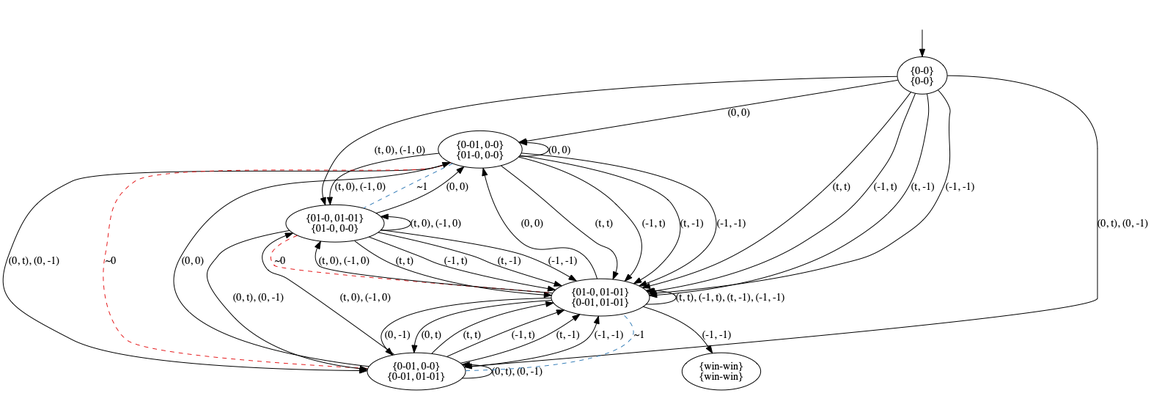
Above: pictures/GK2.png in olandr/mkbsc (Graphviz), before the change. Its source is kept beside it as pictures/GK2.dot.
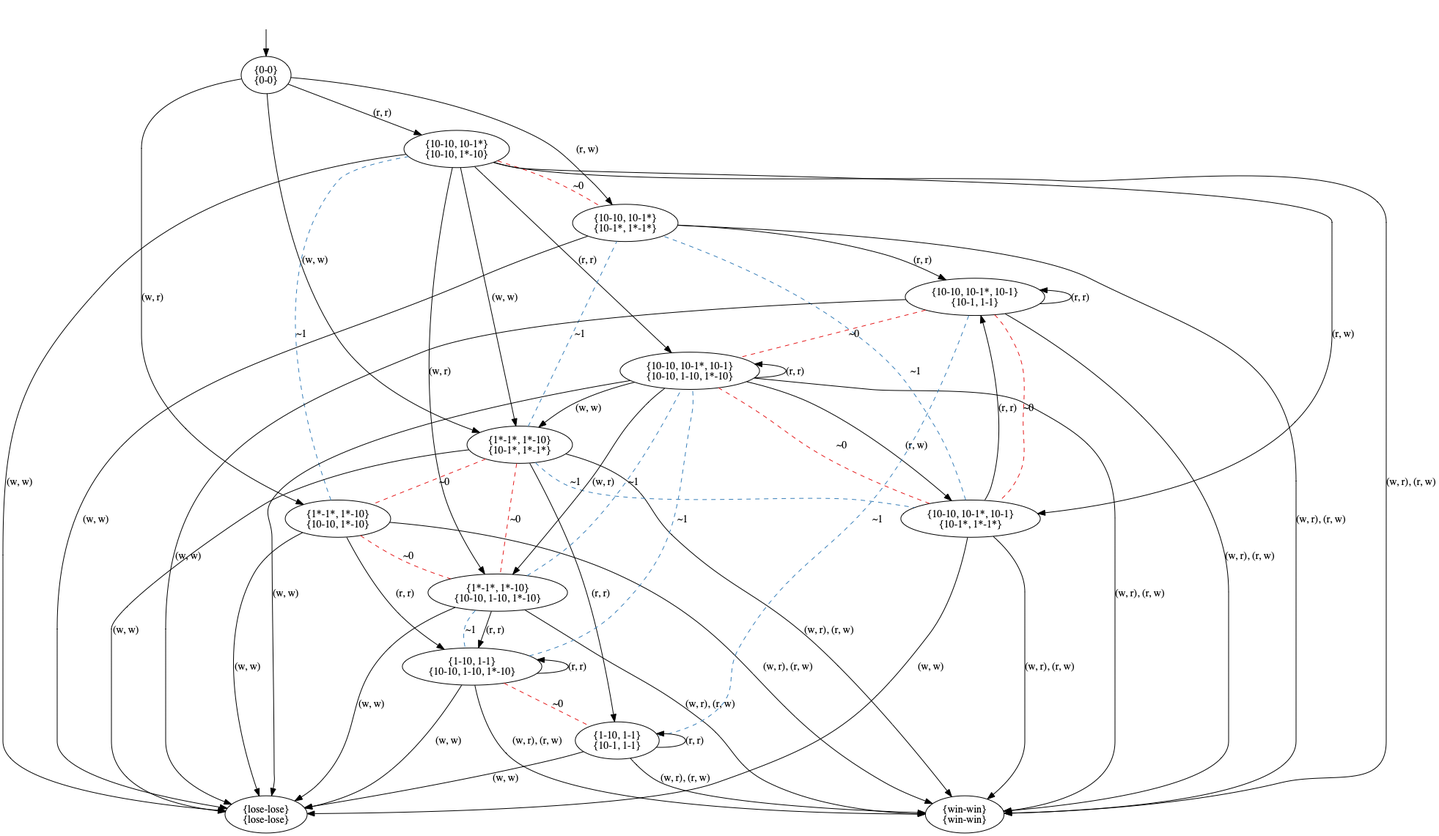
The same diagram one commit later.

The edit, as a diff of the source:
```diff
@@ -3,50 +3,75 @@
 nodesep=0.5;
 ranksep=0.5;
 splines=True;
-4586271632 [label="{0-0}\n{0-0}"];
-4586271240 [label="{0-01, 0-0}\n{01-0, 0-0}"];
-4586272472 [label="{01-0, 01-01}\n{01-0, 0-0}"];
-4586271520 [label="{0-01, 0-0}\n{0-01, 01-01}"];
-4586271856 [label="{01-0, 01-01}\n{0-01, 01-01}"];
-4587183016 [label="{win-win}\n{win-win}"];
+4534619104 [label="{0-0}\n{0-0}"];
+4534619328 [label="{10-10, 10-1*}\n{10-10, 1*-10}"];
+4534619664 [label="{1*-1*, 1*-10}\n{10-10, 1*-10}"];
+4534620000 [label="{10-10, 10-1*}\n{10-1*, 1*-1*}"];
+4534627072 [label="{1*-1*, 1*-10}\n{10-1*, 1*-1*}"];
+4534626288 [label="{10-10, 10-1*, 10-1}\n{10-10, 1-10, 1*-10}"];
+4534624608 [label="{win-win}\n{win-win}"];
+4534625672 [label="{1*-1*, 1*-10}\n{10-10, 1-10, 1*-10}"];
+4534626008 [label="{10-10, 10-1*, 10-1}\n{10-1*, 1*-1*}"];
+4534624720 [label="{lose-lose}\n{lose-lose}"];
+4534624944 [label="{1-10, 1-1}\n{10-10, 1-10, 1*-10}"];
+4534625448 [label="{10-10, 10-1*, 10-1}\n{10-1, 1-1}"];
+4534626736 [label="{1-10, 1-1}\n{10-1, 1-1}"];
 hidden [label="", shape=none];
-4586271632 -> 4586271240  [action="('0', '0')", key="('0', '0')", label="(0, 0)"];
-4586271632 -> 4586271856  [action="('t', 't')", key="('t', 't')", label="(t, t)"];
-4586271632 -> 4586271856  [action="('-1', 't')", key="('-1', 't')", label="(-1, t)"];
-4586271632 -> 4586271856  [action="('t', '-1')", key="('t', '-1')", label="(t, -1)"];
-4586271632 -> 4586271856  [action="('-1', '-1')", key="('-1', '-1')", label="(-1, -1)"];
-4586271632 -> 4586272472  [action="(('t', '0'), ('-1', '0'))", key="(('t', '0'), ('-1', '0'))", label="(t, 0), (-1, 0)"];
-4586271632 -> 4586271520  [action="(('0', 't'), ('0', '-1'))", key="(('0', 't'), ('0', '-1'))", label="(0, t), (0, -1)"];
-4586271240 -> 4586271240  [action="('0', '0')", dir=back, key="('0', '0')", label="(0, 0)"];
-4586271240 -> 4586271856  [action="('t', 't')", key="('t', 't')", label="(t, t)"];
-4586271240 -> 4586271856  [action="('-1', 't')", key="('-1', 't')", label="(-1, t)"];
-4586271240 -> 4586271856  [action="('t', '-1')", key="('t', '-1')", label="(t, -1)"];
-4586271240 -> 4586271856  [action="('-1', '-1')", key="('-1', '-1')", label="(-1, -1)"];
-4586271240 -> 4586272472  [action="(('t', '0'), ('-1', '0'))", key="(('t', '0'), ('-1', '0'))", label="(t, 0), (-1, 0)"];
-4586271240 -> 4586272472  [arrowhead=none, color=2, colorscheme=set19, constraint=True, key=1, label="~1", style=dashed];
-4586271240 -> 4586271520  [action="(('0', 't'), ('0', '-1'))", key="(('0', 't'), ('0', '-1'))", label="(0, t), (0, -1)"];
-4586271240 -> 4586271520  [arrowhead=none, color=1, colorscheme=set19, constraint=True, key=1, label="~0", style=dashed];
-4586272472 -> 4586271240  [action="('0', '0')", key="('0', '0')", label="(0, 0)"];
-4586272472 -> 4586271856  [action="('t', 't')", key="('t', 't')", label="(t, t)"];
-4586272472 -> 4586271856  [action="('-1', 't')", key="('-1', 't')", label="(-1, t)"];
-4586272472 -> 4586271856  [action="('t', '-1')", key="('t', '-1')", label="(t, -1)"];
-4586272472 -> 4586271856  [action="('-1', '-1')", key="('-1', '-1')", label="(-1, -1)"];
-4586272472 -> 4586271856  [arrowhead=none, color=1, colorscheme=set19, constraint=True, key=4, label="~0", style=dashed];
-4586272472 -> 4586272472  [action="(('t', '0'), ('-1', '0'))", dir=back, key="(('t', '0'), ('-1', '0'))", label="(t, 0), (-1, 0)"];
-4586272472 -> 4586271520  [action="(('0', 't'), ('0', '-1'))", key="(('0', 't'), ('0', '-1'))", label="(0, t), (0, -1)"];
-4586271520 -> 4586271240  [action="('0', '0')", key="('0', '0')", label="(0, 0)"];
-4586271520 -> 4586271856  [action="('t', 't')", key="('t', 't')", label="(t, t)"];
-4586271520 -> 4586271856  [action="('-1', 't')", key="('-1', 't')", label="(-1, t)"];
-4586271520 -> 4586271856  [action="('t', '-1')", key="('t', '-1')", label="(t, -1)"];
-4586271520 -> 4586271856  [action="('-1', '-1')", key="('-1', '-1')", label="(-1, -1)"];
-4586271520 -> 4586271856  [arrowhead=none, color=2, colorscheme=set19, constraint=True, key=4, label="~1", style=dashed];
-4586271520 -> 4586272472  [action="(('t', '0'), ('-1', '0'))", key="(('t', '0'), ('-1', '0'))", label="(t, 0), (-1, 0)"];
-4586271520 -> 4586271520  [action="(('0', 't'), ('0', '-1'))", dir=back, key="(('0', 't'), ('0', '-1'))", label="(0, t), (0, -1)"];
-4586271856 -> 4586271240  [action="('0', '0')", key="('0', '0')", label="(0, 0)"];
-4586271856 -> 4586271520  [action="('0', 't')", key="('0', 't')", label="(0, t)"];
-4586271856 -> 4586271520  [action="('0', '-1')", key="('0', '-1')", label="(0, -1)"];
-4586271856 -> 4587183016  [action="('-1', '-1')", key="('-1', '-1')", label="(-1, -1)"];
-4586271856 -> 4586272472  [action="(('t', '0'), ('-1', '0'))", key="(('t', '0'), ('-1', '0'))", label="(t, 0), (-1, 0)"];
-4586271856 -> 4586271856  [action="(('t', 't'), ('-1', 't'), ('t', '-1'), ('-1', '-1'))", dir=back, key="(('t', 't'), ('-1', 't'), ('t', '-1'), ('-1', '-1'))", label="(t, t), (-1, t), (t, -1), (-1, -1)"];
-hidden -> 4586271632  [key=0];
+4534619104 -> 4534619328  [action="('r', 'r')", key="('r', 'r')", label="(r, r)"];
+4534619104 -> 4534619664  [action="('w', 'r')", key="('w', 'r')", label="(w, r)"];
+4534619104 -> 4534620000  [action="('r', 'w')", key="('r', 'w')", label="(r, w)"];
+4534619104 -> 4534627072  [action="('w', 'w')", key="('w', 'w')", label="(w, w)"];
+4534619328 -> 4534626288  [action="('r', 'r')", key="('r', 'r')", label="(r, r)"];
+4534619328 -> 4534625672  [action="('w', 'r')", key="('w', 'r')", label="(w, r)"];
+4534619328 -> 4534626008  [action="('r', 'w')", key="('r', 'w')", label="(r, w)"];
+4534619328 -> 4534627072  [action="('w', 'w')", key="('w', 'w')", label="(w, w)"];
+4534619328 -> 4534624720  [action="('w', 'w')", key="('w', 'w')", label="(w, w)"];
+4534619328 -> 4534624608  [action="(('w', 'r'), ('r', 'w'))", key="(('w', 'r'), ('r', 'w'))", label="(w, r), (r, w)"];
+4534619328 -> 4534620000  [arrowhead=none, color=1, colorscheme=set19, constraint=True, key=0, label="~0", style=dashed];
+4534619664 -> 4534624944  [action="('r', 'r')", key="('r', 'r')", label="(r, r)"];
+4534619664 -> 4534624720  [action="('w', 'w')", key="('w', 'w')", label="(w, w)"];
+4534619664 -> 4534624608  [action="(('w', 'r'), ('r', 'w'))", key="(('w', 'r'), ('r', 'w'))", label="(w, r), (r, w)"];
+4534619664 -> 4534625672  [arrowhead=none, color=1, colorscheme=set19, constraint=True, key=0, label="~0", style=dashed];
+4534619664 -> 4534619328  [arrowhead=none, color=2, colorscheme=set19, constraint=True, key=0, label="~1", style=dashed];
+4534620000 -> 4534625448  [action="('r', 'r')", key="('r', 'r')", label="(r, r)"];
+4534620000 -> 4534624720  [action="('w', 'w')", key="('w', 'w')", label="(w, w)"];
+4534620000 -> 4534624608  [action="(('w', 'r'), ('r', 'w'))", key="(('w', 'r'), ('r', 'w'))", label="(w, r), (r, w)"];
+4534627072 -> 4534626736  [action="('r', 'r')", key="('r', 'r')", label="(r, r)"];
+4534627072 -> 4534624720  [action="('w', 'w')", key="('w', 'w')", label="(w, w)"];
+4534627072 -> 4534624608  [action="(('w', 'r'), ('r', 'w'))", key="(('w', 'r'), ('r', 'w'))", label="(w, r), (r, w)"];
+4534627072 -> 4534619664  [arrowhead=none, color=1, colorscheme=set19, constraint=True, key=0, label="~0", style=dashed];
+4534627072 -> 4534625672  [arrowhead=none, color=1, colorscheme=set19, constraint=True, key=0, label="~0", style=dashed];
+4534627072 -> 4534626008  [arrowhead=none, color=2, colorscheme=set19, constraint=True, key=0, label="~1", style=dashed];
+4534627072 -> 4534620000  [arrowhead=none, color=2, colorscheme=set19, constraint=True, key=0, label="~1", style=dashed];
+4534626288 -> 4534626288  [action="('r', 'r')", dir=back, key="('r', 'r')", label="(r, r)"];
+4534626288 -> 4534625672  [action="('w', 'r')", key="('w', 'r')", label="(w, r)"];
+4534626288 -> 4534626008  [action="('r', 'w')", key="('r', 'w')", label="(r, w)"];
+4534626288 -> 4534627072  [action="('w', 'w')", key="('w', 'w')", label="(w, w)"];
+4534626288 -> 4534624720  [action="('w', 'w')", key="('w', 'w')", label="(w, w)"];
+4534626288 -> 4534624608  [action="(('w', 'r'), ('r', 'w'))", key="(('w', 'r'), ('r', 'w'))", label="(w, r), (r, w)"];
+4534625672 -> 4534624944  [action="('r', 'r')", key="('r', 'r')", label="(r, r)"];
+4534625672 -> 4534624944  [arrowhead=none, color=2, colorscheme=set19, constraint=True, key=1, label="~1", style=dashed];
+4534625672 -> 4534624720  [action="('w', 'w')", key="('w', 'w')", label="(w, w)"];
+4534625672 -> 4534624608  [action="(('w', 'r'), ('r', 'w'))", key="(('w', 'r'), ('r', 'w'))", label="(w, r), (r, w)"];
+4534625672 -> 4534626288  [arrowhead=none, color=2, colorscheme=set19, constraint=True, key=0, label="~1", style=dashed];
+4534626008 -> 4534625448  [action="('r', 'r')", key="('r', 'r')", label="(r, r)"];
+4534626008 -> 4534624720  [action="('w', 'w')", key="('w', 'w')", label="(w, w)"];
+4534626008 -> 4534624608  [action="(('w', 'r'), ('r', 'w'))", key="(('w', 'r'), ('r', 'w'))", label="(w, r), (r, w)"];
+4534626008 -> 4534626288  [arrowhead=none, color=1, colorscheme=set19, constraint=True, key=0, label="~0", style=dashed];
+4534626008 -> 4534620000  [arrowhead=none, color=2, colorscheme=set19, constraint=True, key=0, label="~1", style=dashed];
+4534624944 -> 4534624944  [action="('r', 'r')", dir=back, key="('r', 'r')", label="(r, r)"];
+4534624944 -> 4534624720  [action="('w', 'w')", key="('w', 'w')", label="(w, w)"];
+4534624944 -> 4534624608  [action="(('w', 'r'), ('r', 'w'))", key="(('w', 'r'), ('r', 'w'))", label="(w, r), (r, w)"];
+4534624944 -> 4534626736  [arrowhead=none, color=1, colorscheme=set19, constraint=True, key=0, label="~0", style=dashed];
+4534624944 -> 4534626288  [arrowhead=none, color=2, colorscheme=set19, constraint=True, key=0, label="~1", style=dashed];
+4534625448 -> 4534625448  [action="('r', 'r')", dir=back, key="('r', 'r')", label="(r, r)"];
+4534625448 -> 4534624720  [action="('w', 'w')", key="('w', 'w')", label="(w, w)"];
+4534625448 -> 4534624608  [action="(('w', 'r'), ('r', 'w'))", key="(('w', 'r'), ('r', 'w'))", label="(w, r), (r, w)"];
+4534625448 -> 4534626008  [arrowhead=none, color=1, colorscheme=set19, constraint=True, key=0, label="~0", style=dashed];
+4534625448 -> 4534626288  [arrowhead=none, color=1, colorscheme=set19, constraint=True, key=0, label="~0", style=dashed];
+4534625448 -> 4534626736  [arrowhead=none, color=2, colorscheme=set19, constraint=True, key=0, label="~1", style=dashed];
+4534626736 -> 4534626736  [action="('r', 'r')", dir=back, key="('r', 'r')", label="(r, r)"];
+4534626736 -> 4534624720  [action="('w', 'w')", key="('w', 'w')", label="(w, w)"];
+4534626736 -> 4534624608  [action="(('w', 'r'), ('r', 'w'))", key="(('w', 'r'), ('r', 'w'))", label="(w, r), (r, w)"];
+hidden -> 4534619104  [key=0];
 }
```
